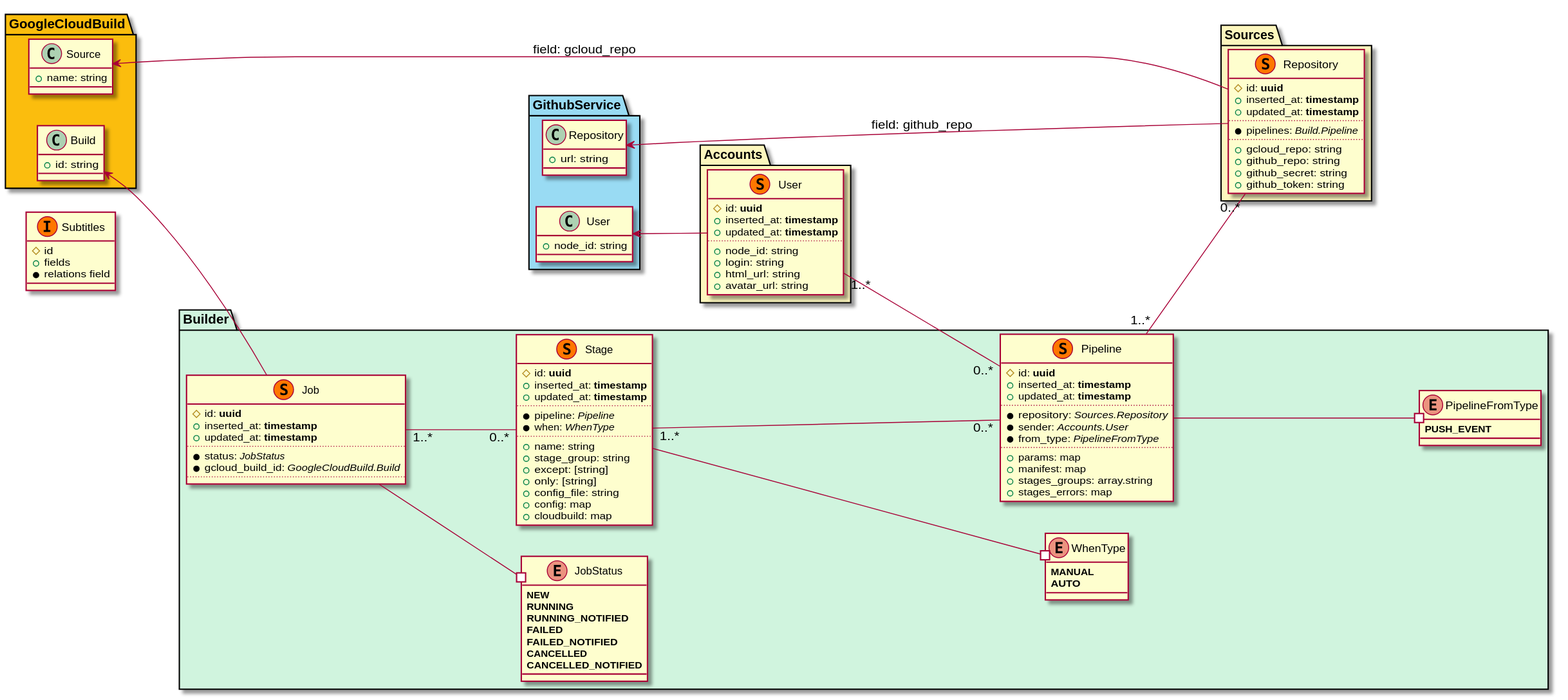
Earlier version of the PlantUML export docs/schemas.svg (parafuzo/ohno).
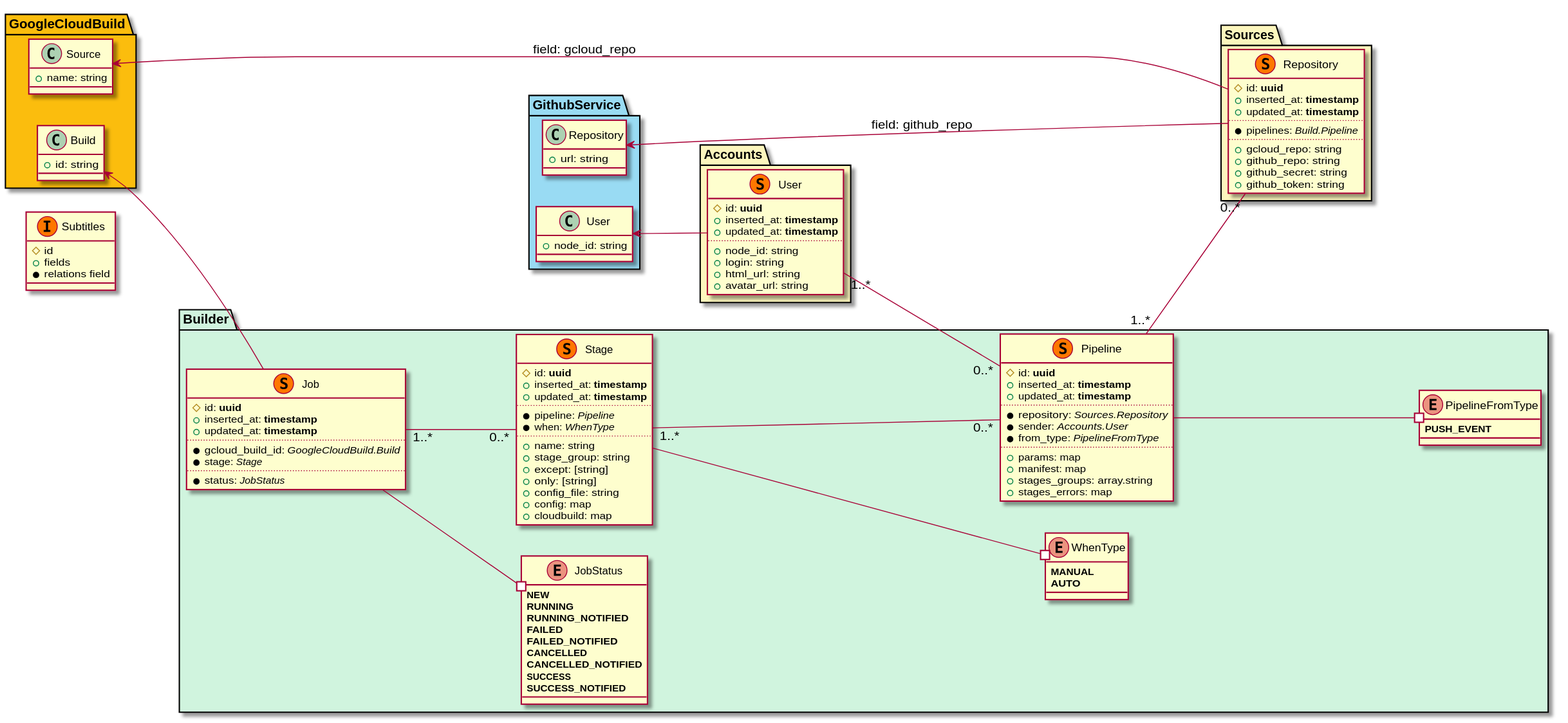
The same file after the commit.

Diff of the diagram source:
```diff
@@ -47,6 +47,8 @@
     <b>FAILED_NOTIFIED</b>
     <b>CANCELLED</b>
     <b>CANCELLED_NOTIFIED</b>
+    <b>SUCCESS</b>
+    <b>SUCCESS_NOTIFIED</b>
   }
 
   enum WhenType {
@@ -101,9 +103,10 @@
     +inserted_at: <b>timestamp</b>
     +updated_at: <b>timestamp</b>
     ..
+    *gcloud_build_id: <i>GoogleCloudBuild.Build</i>
+    *stage: <i>Stage</i>
+    ..
     *status: <i>JobStatus</i>
-    *gcloud_build_id: <i>GoogleCloudBuild.Build</i>
-    ..
   }
 
   Job --# JobStatus
```
